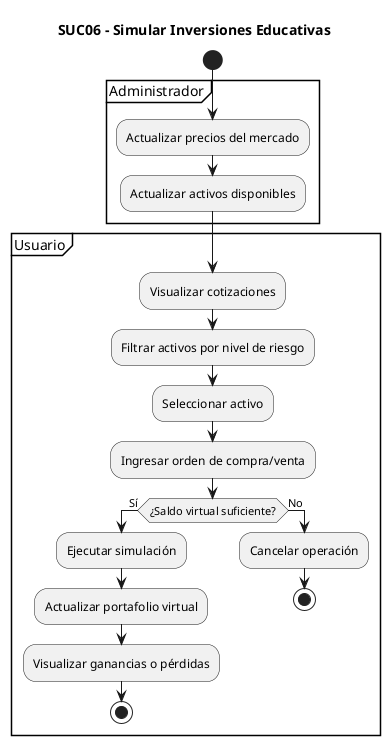
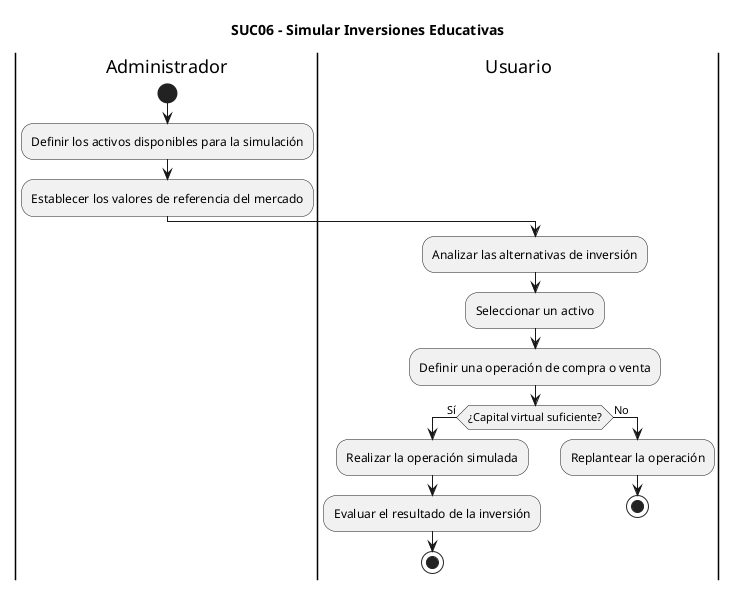
@startuml
title SUC06 - Simular Inversiones Educativas

+ |Administrador|
+ 
start

- partition Administrador {
+ :Definir los activos disponibles para la simulación;
+ :Establecer los valores de referencia del mercado;

- :Actualizar precios del mercado;
- :Actualizar activos disponibles;
+ |Usuario|

- }
+ :Analizar las alternativas de inversión;
+ :Seleccionar un activo;
+ :Definir una operación de compra o venta;

- partition Usuario {
+ if (¿Capital virtual suficiente?) then (Sí)

- :Visualizar cotizaciones;
+ :Realizar la operación simulada;
+ :Evaluar el resultado de la inversión;

- :Filtrar activos por nivel de riesgo;
- 
- :Seleccionar activo;
- 
- :Ingresar orden de compra/venta;
- 
- if (¿Saldo virtual suficiente?) then (Sí)
- 
-     :Ejecutar simulación;
-     :Actualizar portafolio virtual;
-     :Visualizar ganancias o pérdidas;
-     stop
+ stop

else (No)

-     :Cancelar operación;
-     stop
+ :Replantear la operación;
+ 
+ stop

endif

- }
- 
@enduml